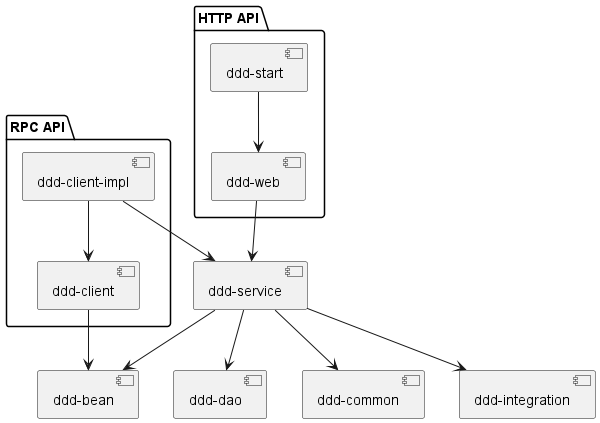
The PlantUML diagram doc/项目结构.png in Madq92/ddd, before a commit. Its diagram source:
```plantuml
@startuml
package "HTTP API"{
    [ddd-start]
    [ddd-web]
}

package "RPC API"{
    [ddd-client]
    [ddd-client-impl]
}


[ddd-start] --> [ddd-web]

[ddd-web] --> [ddd-service]

[ddd-client] --> [ddd-bean]

[ddd-client-impl] --> [ddd-client]
[ddd-client-impl] --> [ddd-service]

[ddd-service] --> [ddd-dao]
[ddd-service] --> [ddd-common]
[ddd-service] --> [ddd-bean]
[ddd-service] --> [ddd-integration]
@enduml
```
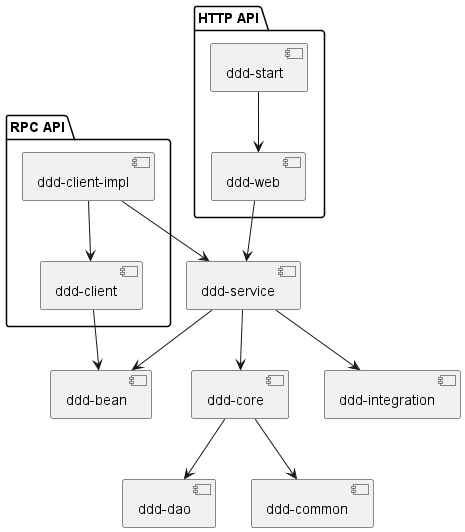
The same diagram one commit later.

Change to the diagram source:
```diff
@@ -19,8 +19,10 @@
 [ddd-client-impl] --> [ddd-client]
 [ddd-client-impl] --> [ddd-service]
 
-[ddd-service] --> [ddd-dao]
-[ddd-service] --> [ddd-common]
+[ddd-service] --> [ddd-core]
 [ddd-service] --> [ddd-bean]
 [ddd-service] --> [ddd-integration]
+
+[ddd-core] --> [ddd-dao]
+[ddd-core] --> [ddd-common]
 @enduml
```
